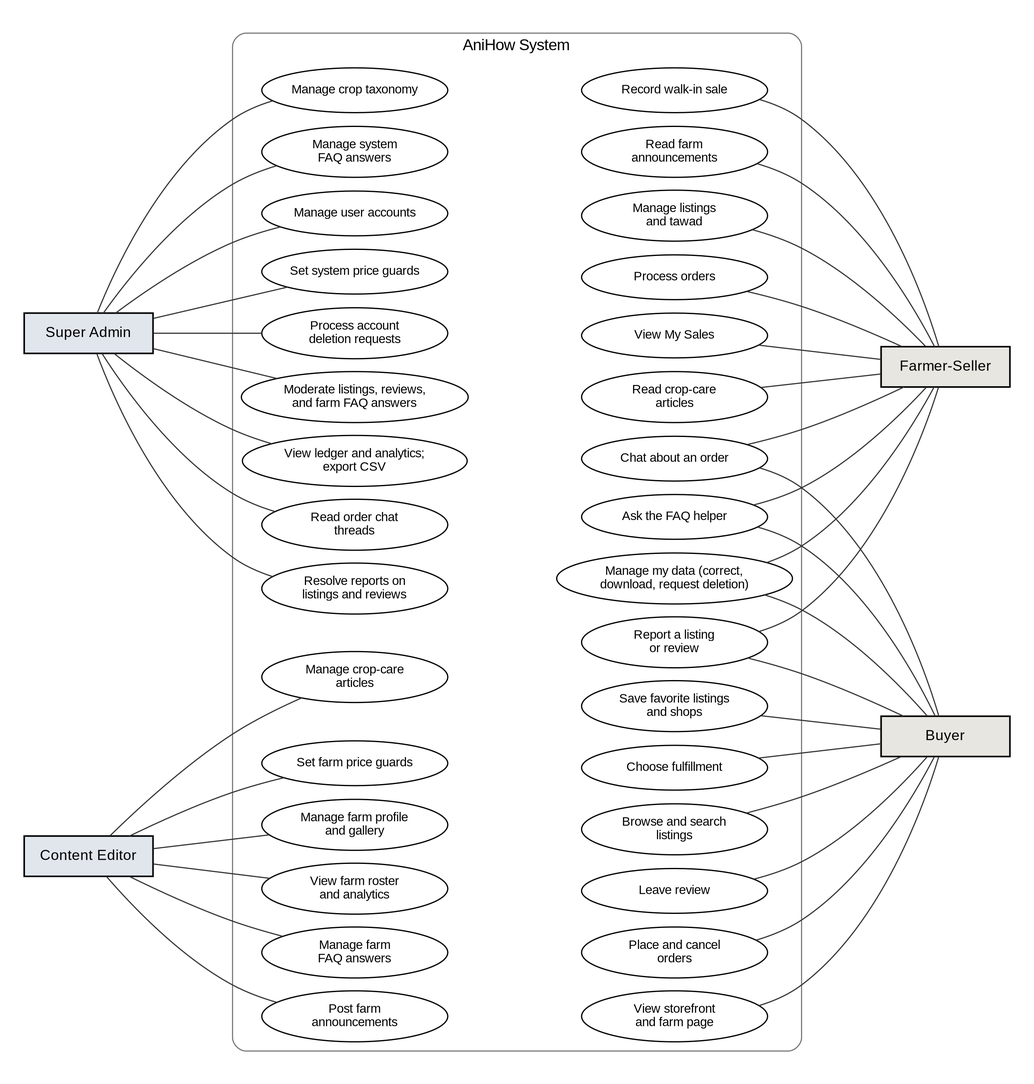
The Graphviz diagram docs/manuscript/figures/fig5_use_case.png in shawncastaneda11-commits/anihow-backend, before a commit. Its source is kept beside it as docs/manuscript/figures/src/fig5_use_case.dot.
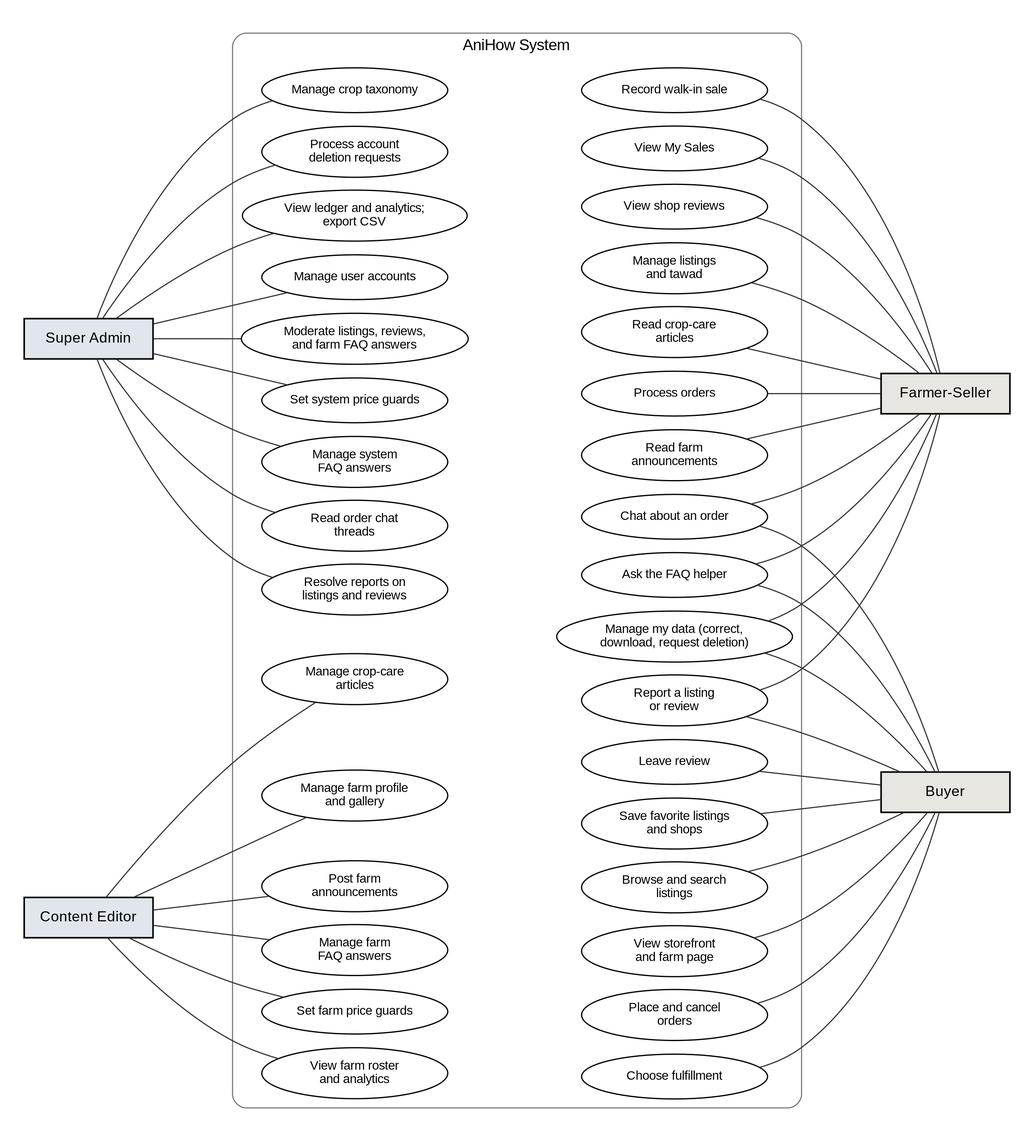
Above is the later version.

Commit message:
docs: show farmer-seller shop reviews in the diagrams and spec

What changed in the source:
```diff
@@ -36,6 +36,7 @@
     fs4 [label="Read crop-care\narticles"];
     fs5 [label="Read farm\nannouncements"];
     fs6 [label="View My Sales"];
+    fs7 [label="View shop reviews"];
 
     sh1 [label="Chat about an order"];
     sh2 [label="Ask the FAQ helper"];
@@ -52,16 +53,16 @@
 
   sa -> {sa1 sa2 sa3 sa4 sa5 sa6 sa7 sa8 sa9};
   ce -> {ce1 ce2 ce3 ce4 ce5 ce6};
-  {fs1 fs2 fs3 fs4 fs5 fs6 sh1 sh2 sh3 sh4} -> fs;
+  {fs1 fs2 fs3 fs4 fs5 fs6 fs7 sh1 sh2 sh3 sh4} -> fs;
   {sh1 sh2 sh3 sh4 by1 by2 by3 by4 by5 by6} -> by;
 
   {rank=same; sa ce}
   {rank=same; sa1 sa2 sa3 sa4 sa5 sa6 sa7 sa8 sa9 ce1 ce2 ce3 ce4 ce5 ce6}
-  {rank=same; fs1 fs2 fs3 fs4 fs5 fs6 sh1 sh2 sh3 sh4 by1 by2 by3 by4 by5 by6}
+  {rank=same; fs1 fs2 fs3 fs4 fs5 fs6 fs7 sh1 sh2 sh3 sh4 by1 by2 by3 by4 by5 by6}
   {rank=same; fs by}
   edge [style=invis];
-  sa1 -> fs1; sa2 -> fs2; sa3 -> fs3; sa4 -> fs4; sa5 -> fs5; sa6 -> fs6; sa7 -> sh1;
-  sa8 -> sh2; sa9 -> sh3; ce1 -> sh4; ce2 -> by1; ce3 -> by2; ce4 -> by3; ce5 -> by4; ce6 -> by5;
+  sa1 -> fs1; sa2 -> fs2; sa3 -> fs3; sa4 -> fs4; sa5 -> fs5; sa6 -> fs6; sa7 -> fs7;
+  sa8 -> sh1; sa9 -> sh2; ce1 -> sh3; ce2 -> sh4; ce3 -> by1; ce4 -> by2; ce5 -> by3; ce6 -> by4;
   sa1 -> sa2 -> sa3 -> sa4 -> sa5 -> sa6 -> sa7 -> sa8 -> sa9 -> ce1 -> ce2 -> ce3 -> ce4 -> ce5 -> ce6 [constraint=false];
-  fs1 -> fs2 -> fs3 -> fs4 -> fs5 -> fs6 -> sh1 -> sh2 -> sh3 -> sh4 -> by1 -> by2 -> by3 -> by4 -> by5 -> by6 [constraint=false];
+  fs1 -> fs2 -> fs3 -> fs4 -> fs5 -> fs6 -> fs7 -> sh1 -> sh2 -> sh3 -> sh4 -> by1 -> by2 -> by3 -> by4 -> by5 -> by6 [constraint=false];
 }
```
